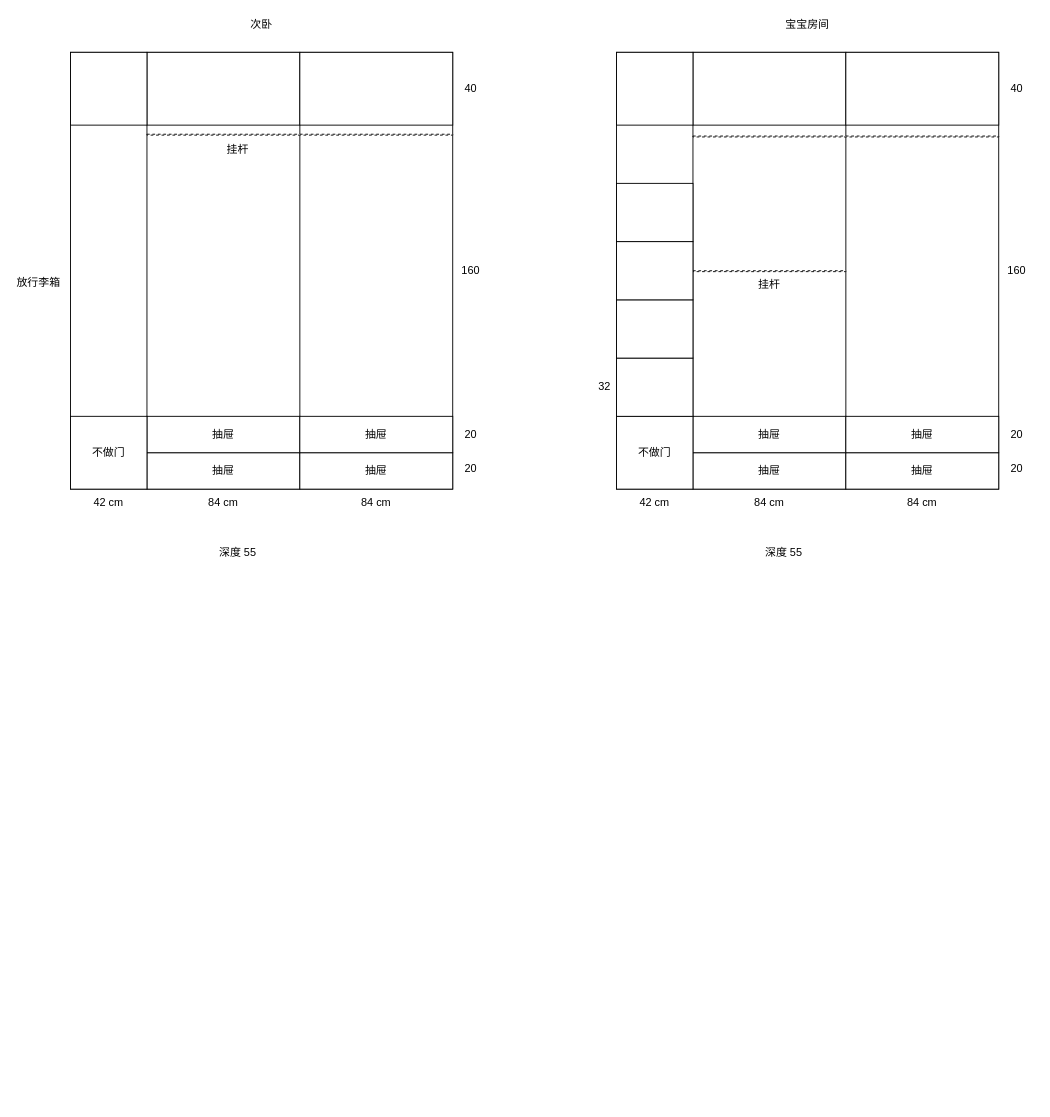
The draw.io diagram imgs/未命名绘图.drawio in rainsbaby/notebook, before the edit. Source tidied: cells renumbered, new cells numbered last; positions are measured from the earlier drawing's top-left corner, leaving out a move shared by most shapes. Both pictures are drawn from the tidied source at 91%, with x=0, y=0 at pixel (15, 15).
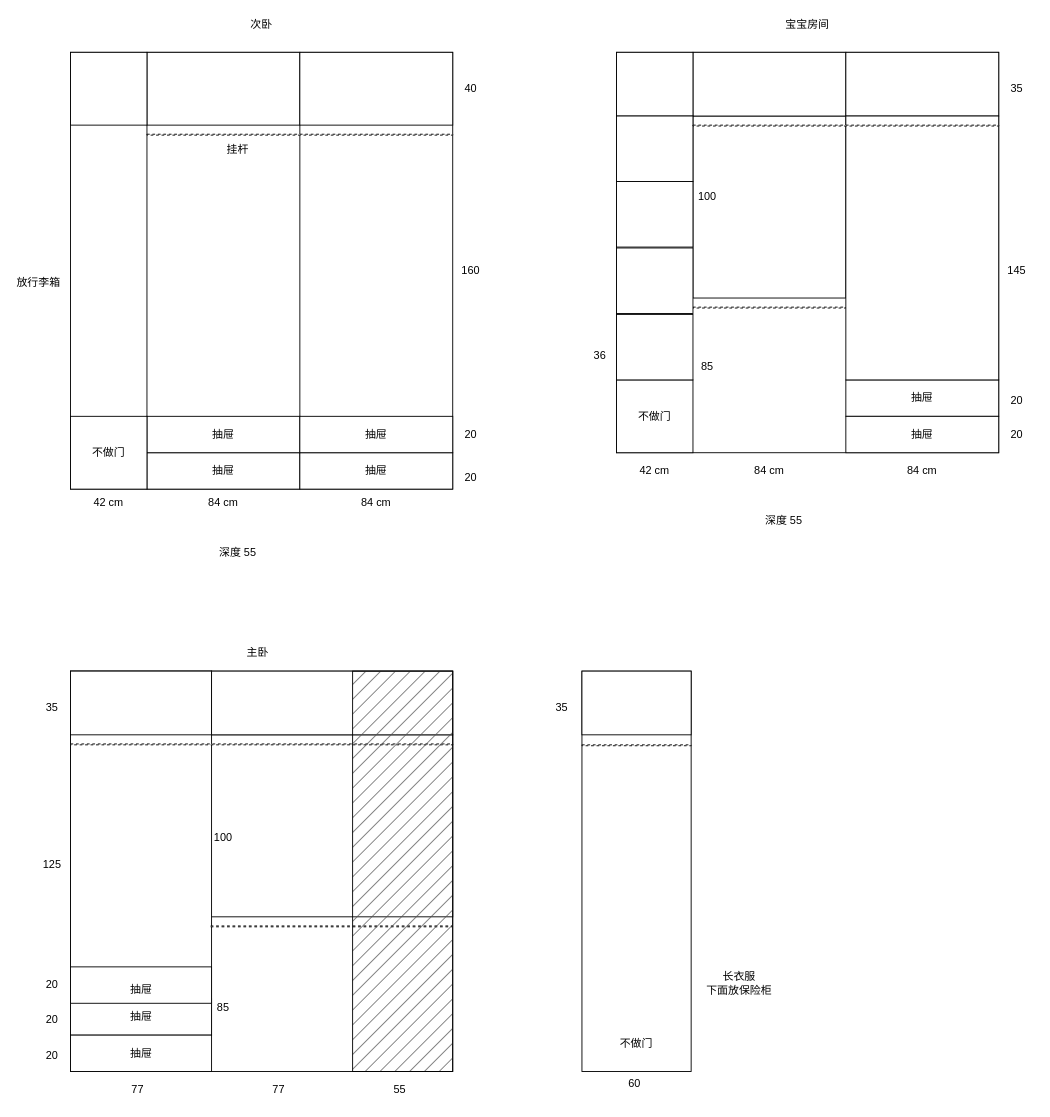
The same diagram, later.

Commit message:
更新未命名绘图.drawio

Diff of the diagram source:
```diff
@@
+    <mxCell id="63" style="rounded=0;whiteSpace=wrap;html=1;" parent="1" vertex="1">
+      <mxGeometry x="60" y="720" width="420" height="440" as="geometry" />
+    </mxCell>
+    <mxCell id="64" style="rounded=0;whiteSpace=wrap;html=1;" parent="1" vertex="1">
+      <mxGeometry x="214" y="790" width="266" height="200" as="geometry" />
+    </mxCell>
+    <mxCell id="27" style="rounded=0;whiteSpace=wrap;html=1;" parent="1" vertex="1">
+      <mxGeometry x="660" y="40" width="420" height="440" as="geometry" />
+    </mxCell>
+    <mxCell id="65" style="rounded=0;whiteSpace=wrap;html=1;" parent="1" vertex="1">
+      <mxGeometry x="744" y="110" width="168" height="200" as="geometry" />
+    </mxCell>
+    <mxCell id="66" style="rounded=0;whiteSpace=wrap;html=1;" parent="1" vertex="1">
+      <mxGeometry x="60" y="720" width="155" height="400" as="geometry" />
+    </mxCell>
@@
     <mxCell id="18" value="20" style="text;html=1;strokeColor=none;fillColor=none;align=center;verticalAlign=middle;whiteSpace=wrap;rounded=0;" parent="1" vertex="1">
-      <mxGeometry x="480" y="485" width="40" height="25" as="geometry" />
+      <mxGeometry x="20" y="1130" width="40" height="25" as="geometry" />
     </mxCell>
@@
-    <mxCell id="27" style="rounded=0;whiteSpace=wrap;html=1;" parent="1" vertex="1">
-      <mxGeometry x="660" y="40" width="420" height="480" as="geometry" />
-    </mxCell>
-    <mxCell id="28" style="endArrow=none;html=1;rounded=0;" parent="1" edge="1">
-      <mxGeometry relative="1" as="geometry">
-        <mxPoint x="744" y="40" as="sourcePoint" />
-        <mxPoint x="744" y="520" as="targetPoint" />
-      </mxGeometry>
-    </mxCell>
-    <mxCell id="29" style="endArrow=none;html=1;rounded=0;" parent="1" edge="1">
-      <mxGeometry relative="1" as="geometry">
-        <mxPoint x="912" y="40" as="sourcePoint" />
-        <mxPoint x="912" y="520" as="targetPoint" />
-      </mxGeometry>
-    </mxCell>
-    <mxCell id="30" style="rounded=0;whiteSpace=wrap;html=1;" parent="1" vertex="1">
-      <mxGeometry x="744" y="480" width="168" height="40" as="geometry" />
-    </mxCell>
     <mxCell id="31" style="rounded=0;whiteSpace=wrap;html=1;" parent="1" vertex="1">
-      <mxGeometry x="912" y="480" width="168" height="40" as="geometry" />
+      <mxGeometry x="912" y="400" width="168" height="40" as="geometry" />
     </mxCell>
-    <mxCell id="32" style="rounded=0;whiteSpace=wrap;html=1;" parent="1" vertex="1">
-      <mxGeometry x="744" y="440" width="168" height="40" as="geometry" />
-    </mxCell>
@@
     <mxCell id="34" style="rounded=0;whiteSpace=wrap;html=1;" parent="1" vertex="1">
-      <mxGeometry x="744" y="40" width="168" height="80" as="geometry" />
+      <mxGeometry x="744" y="40" width="168" height="70" as="geometry" />
     </mxCell>
     <mxCell id="35" style="rounded=0;whiteSpace=wrap;html=1;" parent="1" vertex="1">
-      <mxGeometry x="912" y="40" width="168" height="80" as="geometry" />
+      <mxGeometry x="912" y="40" width="168" height="70" as="geometry" />
     </mxCell>
     <mxCell id="36" style="rounded=0;whiteSpace=wrap;html=1;" parent="1" vertex="1">
-      <mxGeometry x="660" y="40" width="84" height="80" as="geometry" />
+      <mxGeometry x="660" y="40" width="84" height="70" as="geometry" />
     </mxCell>
-    <mxCell id="37" value="抽屉" style="text;html=1;strokeColor=none;fillColor=none;align=center;verticalAlign=middle;whiteSpace=wrap;rounded=0;" parent="1" vertex="1">
-      <mxGeometry x="798" y="445" width="60" height="30" as="geometry" />
-    </mxCell>
     <mxCell id="38" style="rounded=0;whiteSpace=wrap;html=1;" parent="1" vertex="1">
-      <mxGeometry x="660" y="440" width="84" height="80" as="geometry" />
+      <mxGeometry x="660" y="400" width="84" height="80" as="geometry" />
     </mxCell>
     <mxCell id="39" value="不做门" style="text;html=1;strokeColor=none;fillColor=none;align=center;verticalAlign=middle;whiteSpace=wrap;rounded=0;" parent="1" vertex="1">
-      <mxGeometry x="672" y="465" width="60" height="30" as="geometry" />
+      <mxGeometry x="672" y="425" width="60" height="30" as="geometry" />
     </mxCell>
     <mxCell id="40" value="42 cm" style="text;html=1;strokeColor=none;fillColor=none;align=center;verticalAlign=middle;whiteSpace=wrap;rounded=0;" parent="1" vertex="1">
-      <mxGeometry x="672" y="520" width="60" height="30" as="geometry" />
+      <mxGeometry x="672" y="485" width="60" height="30" as="geometry" />
     </mxCell>
     <mxCell id="41" value="84 cm" style="text;html=1;strokeColor=none;fillColor=none;align=center;verticalAlign=middle;whiteSpace=wrap;rounded=0;" parent="1" vertex="1">
-      <mxGeometry x="798" y="520" width="60" height="30" as="geometry" />
+      <mxGeometry x="798" y="485" width="60" height="30" as="geometry" />
     </mxCell>
     <mxCell id="42" value="84 cm" style="text;html=1;strokeColor=none;fillColor=none;align=center;verticalAlign=middle;whiteSpace=wrap;rounded=0;" parent="1" vertex="1">
-      <mxGeometry x="966" y="520" width="60" height="30" as="geometry" />
+      <mxGeometry x="966" y="485" width="60" height="30" as="geometry" />
     </mxCell>
     <mxCell id="43" value="20" style="text;html=1;strokeColor=none;fillColor=none;align=center;verticalAlign=middle;whiteSpace=wrap;rounded=0;" parent="1" vertex="1">
-      <mxGeometry x="1080" y="485" width="40" height="25" as="geometry" />
+      <mxGeometry x="1080" y="447.5" width="40" height="25" as="geometry" />
     </mxCell>
     <mxCell id="44" value="20" style="text;html=1;strokeColor=none;fillColor=none;align=center;verticalAlign=middle;whiteSpace=wrap;rounded=0;" parent="1" vertex="1">
-      <mxGeometry x="1080" y="447.5" width="40" height="25" as="geometry" />
+      <mxGeometry x="1080" y="410" width="40" height="25" as="geometry" />
     </mxCell>
-    <mxCell id="45" value="&lt;div&gt;40&lt;/div&gt;" style="text;html=1;strokeColor=none;fillColor=none;align=center;verticalAlign=middle;whiteSpace=wrap;rounded=0;" parent="1" vertex="1">
+    <mxCell id="45" value="35" style="text;html=1;strokeColor=none;fillColor=none;align=center;verticalAlign=middle;whiteSpace=wrap;rounded=0;" parent="1" vertex="1">
       <mxGeometry x="1080" y="67.5" width="40" height="25" as="geometry" />
     </mxCell>
-    <mxCell id="46" value="&lt;div&gt;160&lt;/div&gt;" style="text;html=1;strokeColor=none;fillColor=none;align=center;verticalAlign=middle;whiteSpace=wrap;rounded=0;" parent="1" vertex="1">
+    <mxCell id="46" value="145" style="text;html=1;strokeColor=none;fillColor=none;align=center;verticalAlign=middle;whiteSpace=wrap;rounded=0;" parent="1" vertex="1">
       <mxGeometry x="1080" y="267.5" width="40" height="25" as="geometry" />
     </mxCell>
     <mxCell id="47" value="深度 55" style="text;html=1;strokeColor=none;fillColor=none;align=center;verticalAlign=middle;whiteSpace=wrap;rounded=0;" parent="1" vertex="1">
-      <mxGeometry x="808" y="580" width="72" height="20" as="geometry" />
+      <mxGeometry x="808" y="545" width="72" height="20" as="geometry" />
     </mxCell>
@@
-    <mxCell id="49" value="抽屉" style="text;html=1;strokeColor=none;fillColor=none;align=center;verticalAlign=middle;whiteSpace=wrap;rounded=0;" parent="1" vertex="1">
-      <mxGeometry x="798" y="485" width="60" height="30" as="geometry" />
-    </mxCell>
     <mxCell id="50" value="抽屉" style="text;html=1;strokeColor=none;fillColor=none;align=center;verticalAlign=middle;whiteSpace=wrap;rounded=0;" parent="1" vertex="1">
-      <mxGeometry x="966" y="485" width="60" height="30" as="geometry" />
+      <mxGeometry x="966" y="405" width="60" height="30" as="geometry" />
     </mxCell>
@@
     <mxCell id="52" style="rounded=0;whiteSpace=wrap;html=1;dashed=1;" parent="1" vertex="1">
-      <mxGeometry x="744" y="280" width="168" height="1" as="geometry" />
+      <mxGeometry x="744" y="320" width="168" height="1" as="geometry" />
     </mxCell>
-    <mxCell id="53" value="挂杆" style="text;html=1;strokeColor=none;fillColor=none;align=center;verticalAlign=middle;whiteSpace=wrap;rounded=0;" parent="1" vertex="1">
-      <mxGeometry x="798" y="280" width="60" height="30" as="geometry" />
-    </mxCell>
-    <mxCell id="54" style="rounded=0;whiteSpace=wrap;html=1;dashed=1;" parent="1" vertex="1">
-      <mxGeometry x="744" y="132" width="336" height="1" as="geometry" />
-    </mxCell>
@@
-    <mxCell id="57" style="rounded=0;whiteSpace=wrap;html=1;" parent="1" vertex="1">
-      <mxGeometry x="660" y="376" width="84" height="64" as="geometry" />
-    </mxCell>
-    <mxCell id="58" style="rounded=0;whiteSpace=wrap;html=1;" parent="1" vertex="1">
-      <mxGeometry x="660" y="312" width="84" height="64" as="geometry" />
-    </mxCell>
     <mxCell id="59" style="rounded=0;whiteSpace=wrap;html=1;" parent="1" vertex="1">
-      <mxGeometry x="660" y="248" width="84" height="64" as="geometry" />
+      <mxGeometry x="660" y="110" width="84" height="72" as="geometry" />
     </mxCell>
-    <mxCell id="60" style="rounded=0;whiteSpace=wrap;html=1;" parent="1" vertex="1">
-      <mxGeometry x="660" y="184" width="84" height="64" as="geometry" />
-    </mxCell>
-    <mxCell id="61" value="32" style="text;html=1;strokeColor=none;fillColor=none;align=center;verticalAlign=middle;whiteSpace=wrap;rounded=0;" parent="1" vertex="1">
-      <mxGeometry x="627" y="395.5" width="40" height="25" as="geometry" />
+    <mxCell id="61" value="36" style="text;html=1;strokeColor=none;fillColor=none;align=center;verticalAlign=middle;whiteSpace=wrap;rounded=0;" parent="1" vertex="1">
+      <mxGeometry x="622" y="360" width="40" height="25" as="geometry" />
     </mxCell>
@@
+    <mxCell id="67" value="主卧" style="text;html=1;strokeColor=none;fillColor=none;align=center;verticalAlign=middle;whiteSpace=wrap;rounded=0;" parent="1" vertex="1">
+      <mxGeometry x="230" y="690" width="72" height="20" as="geometry" />
+    </mxCell>
+    <mxCell id="68" style="rounded=0;whiteSpace=wrap;html=1;" parent="1" vertex="1">
+      <mxGeometry x="60" y="1080" width="155" height="40" as="geometry" />
+    </mxCell>
+    <mxCell id="69" value="抽屉" style="text;html=1;strokeColor=none;fillColor=none;align=center;verticalAlign=middle;whiteSpace=wrap;rounded=0;" parent="1" vertex="1">
+      <mxGeometry x="107.5" y="1085" width="60" height="30" as="geometry" />
+    </mxCell>
+    <mxCell id="70" style="rounded=0;whiteSpace=wrap;html=1;" parent="1" vertex="1">
+      <mxGeometry x="60" y="1120" width="155" height="40" as="geometry" />
+    </mxCell>
+    <mxCell id="71" value="抽屉" style="text;html=1;strokeColor=none;fillColor=none;align=center;verticalAlign=middle;whiteSpace=wrap;rounded=0;" parent="1" vertex="1">
+      <mxGeometry x="107.5" y="1125" width="60" height="30" as="geometry" />
+    </mxCell>
+    <mxCell id="72" style="rounded=0;whiteSpace=wrap;html=1;" parent="1" vertex="1">
+      <mxGeometry x="60" y="1045" width="155" height="40" as="geometry" />
+    </mxCell>
+    <mxCell id="73" style="rounded=0;whiteSpace=wrap;html=1;" parent="1" vertex="1">
+      <mxGeometry x="60" y="720" width="155" height="70" as="geometry" />
+    </mxCell>
+    <mxCell id="74" value="20" style="text;html=1;strokeColor=none;fillColor=none;align=center;verticalAlign=middle;whiteSpace=wrap;rounded=0;" parent="1" vertex="1">
+      <mxGeometry x="480" y="495" width="40" height="25" as="geometry" />
+    </mxCell>
+    <mxCell id="75" value="20" style="text;html=1;strokeColor=none;fillColor=none;align=center;verticalAlign=middle;whiteSpace=wrap;rounded=0;" parent="1" vertex="1">
+      <mxGeometry x="20" y="1090" width="40" height="25" as="geometry" />
+    </mxCell>
+    <mxCell id="76" value="55" style="text;html=1;strokeColor=none;fillColor=none;align=center;verticalAlign=middle;whiteSpace=wrap;rounded=0;" parent="1" vertex="1">
+      <mxGeometry x="401.5" y="1167.5" width="40" height="25" as="geometry" />
+    </mxCell>
+    <mxCell id="77" value="77" style="text;html=1;strokeColor=none;fillColor=none;align=center;verticalAlign=middle;whiteSpace=wrap;rounded=0;" parent="1" vertex="1">
+      <mxGeometry x="269" y="1167.5" width="40" height="25" as="geometry" />
+    </mxCell>
+    <mxCell id="78" value="77" style="text;html=1;strokeColor=none;fillColor=none;align=center;verticalAlign=middle;whiteSpace=wrap;rounded=0;" parent="1" vertex="1">
+      <mxGeometry x="114" y="1167.5" width="40" height="25" as="geometry" />
+    </mxCell>
+    <mxCell id="79" style="rounded=0;whiteSpace=wrap;html=1;" parent="1" vertex="1">
+      <mxGeometry x="622" y="720" width="120" height="440" as="geometry" />
+    </mxCell>
+    <mxCell id="80" style="rounded=0;whiteSpace=wrap;html=1;" parent="1" vertex="1">
+      <mxGeometry x="622" y="720" width="120" height="70" as="geometry" />
+    </mxCell>
+    <mxCell id="81" value="35" style="text;html=1;strokeColor=none;fillColor=none;align=center;verticalAlign=middle;whiteSpace=wrap;rounded=0;" parent="1" vertex="1">
+      <mxGeometry x="20" y="747.5" width="40" height="25" as="geometry" />
+    </mxCell>
+    <mxCell id="82" value="125" style="text;html=1;strokeColor=none;fillColor=none;align=center;verticalAlign=middle;whiteSpace=wrap;rounded=0;" parent="1" vertex="1">
+      <mxGeometry x="20" y="920" width="40" height="25" as="geometry" />
+    </mxCell>
+    <mxCell id="83" style="rounded=0;whiteSpace=wrap;html=1;" parent="1" vertex="1">
+      <mxGeometry x="660" y="182" width="84" height="72" as="geometry" />
+    </mxCell>
+    <mxCell id="84" style="rounded=0;whiteSpace=wrap;html=1;" parent="1" vertex="1">
+      <mxGeometry x="660" y="255" width="84" height="72" as="geometry" />
+    </mxCell>
+    <mxCell id="85" style="rounded=0;whiteSpace=wrap;html=1;" parent="1" vertex="1">
+      <mxGeometry x="660" y="328" width="84" height="72" as="geometry" />
+    </mxCell>
+    <mxCell id="86" style="rounded=0;whiteSpace=wrap;html=1;" parent="1" vertex="1">
+      <mxGeometry x="912" y="110" width="168" height="290" as="geometry" />
+    </mxCell>
+    <mxCell id="54" style="rounded=0;whiteSpace=wrap;html=1;dashed=1;" parent="1" vertex="1">
+      <mxGeometry x="744" y="120" width="336" height="1" as="geometry" />
+    </mxCell>
+    <mxCell id="87" value="20" style="text;html=1;strokeColor=none;fillColor=none;align=center;verticalAlign=middle;whiteSpace=wrap;rounded=0;" parent="1" vertex="1">
+      <mxGeometry x="20" y="1052.5" width="40" height="25" as="geometry" />
+    </mxCell>
+    <mxCell id="88" style="rounded=0;whiteSpace=wrap;html=1;" parent="1" vertex="1">
+      <mxGeometry x="215" y="720" width="265" height="70" as="geometry" />
+    </mxCell>
+    <mxCell id="89" style="rounded=0;whiteSpace=wrap;html=1;dashed=1;" parent="1" vertex="1">
+      <mxGeometry x="214" y="1000" width="265" height="1" as="geometry" />
+    </mxCell>
+    <mxCell id="90" value="抽屉" style="text;html=1;strokeColor=none;fillColor=none;align=center;verticalAlign=middle;whiteSpace=wrap;rounded=0;" parent="1" vertex="1">
+      <mxGeometry x="107.5" y="1055" width="60" height="30" as="geometry" />
+    </mxCell>
+    <mxCell id="91" value="100" style="text;html=1;strokeColor=none;fillColor=none;align=center;verticalAlign=middle;whiteSpace=wrap;rounded=0;" parent="1" vertex="1">
+      <mxGeometry x="208" y="890" width="40" height="25" as="geometry" />
+    </mxCell>
+    <mxCell id="92" value="85" style="text;html=1;strokeColor=none;fillColor=none;align=center;verticalAlign=middle;whiteSpace=wrap;rounded=0;" parent="1" vertex="1">
+      <mxGeometry x="208" y="1077.5" width="40" height="25" as="geometry" />
+    </mxCell>
+    <mxCell id="93" value="60" style="text;html=1;strokeColor=none;fillColor=none;align=center;verticalAlign=middle;whiteSpace=wrap;rounded=0;" parent="1" vertex="1">
+      <mxGeometry x="660" y="1160" width="40" height="25" as="geometry" />
+    </mxCell>
+    <mxCell id="94" value="不做门" style="text;html=1;strokeColor=none;fillColor=none;align=center;verticalAlign=middle;whiteSpace=wrap;rounded=0;" parent="1" vertex="1">
+      <mxGeometry x="652" y="1115" width="60" height="30" as="geometry" />
+    </mxCell>
+    <mxCell id="95" value="&lt;div&gt;长衣服&lt;/div&gt;&lt;div&gt;下面放保险柜&lt;br&gt;&lt;/div&gt;" style="text;html=1;strokeColor=none;fillColor=none;align=center;verticalAlign=middle;whiteSpace=wrap;rounded=0;" parent="1" vertex="1">
+      <mxGeometry x="744" y="1047.5" width="102" height="30" as="geometry" />
+    </mxCell>
+    <mxCell id="96" style="rounded=0;whiteSpace=wrap;html=1;dashed=1;" parent="1" vertex="1">
+      <mxGeometry x="622" y="801" width="120" height="1" as="geometry" />
+    </mxCell>
+    <mxCell id="97" value="35" style="text;html=1;strokeColor=none;fillColor=none;align=center;verticalAlign=middle;whiteSpace=wrap;rounded=0;" parent="1" vertex="1">
+      <mxGeometry x="580" y="747.5" width="40" height="25" as="geometry" />
+    </mxCell>
+    <mxCell id="98" style="rounded=0;whiteSpace=wrap;html=1;dashed=1;" parent="1" vertex="1">
+      <mxGeometry x="60" y="800" width="420" height="1" as="geometry" />
+    </mxCell>
+    <mxCell id="99" style="rounded=0;whiteSpace=wrap;html=1;fillStyle=hatch;fillColor=#4F4F4F;" parent="1" vertex="1">
+      <mxGeometry x="370" y="720" width="110" height="440" as="geometry" />
+    </mxCell>
+    <mxCell id="100" value="100" style="text;html=1;strokeColor=none;fillColor=none;align=center;verticalAlign=middle;whiteSpace=wrap;rounded=0;" parent="1" vertex="1">
+      <mxGeometry x="740" y="186.2" width="40" height="25" as="geometry" />
+    </mxCell>
+    <mxCell id="101" value="85" style="text;html=1;strokeColor=none;fillColor=none;align=center;verticalAlign=middle;whiteSpace=wrap;rounded=0;" parent="1" vertex="1">
+      <mxGeometry x="740" y="373.8" width="40" height="25" as="geometry" />
+    </mxCell>
```
